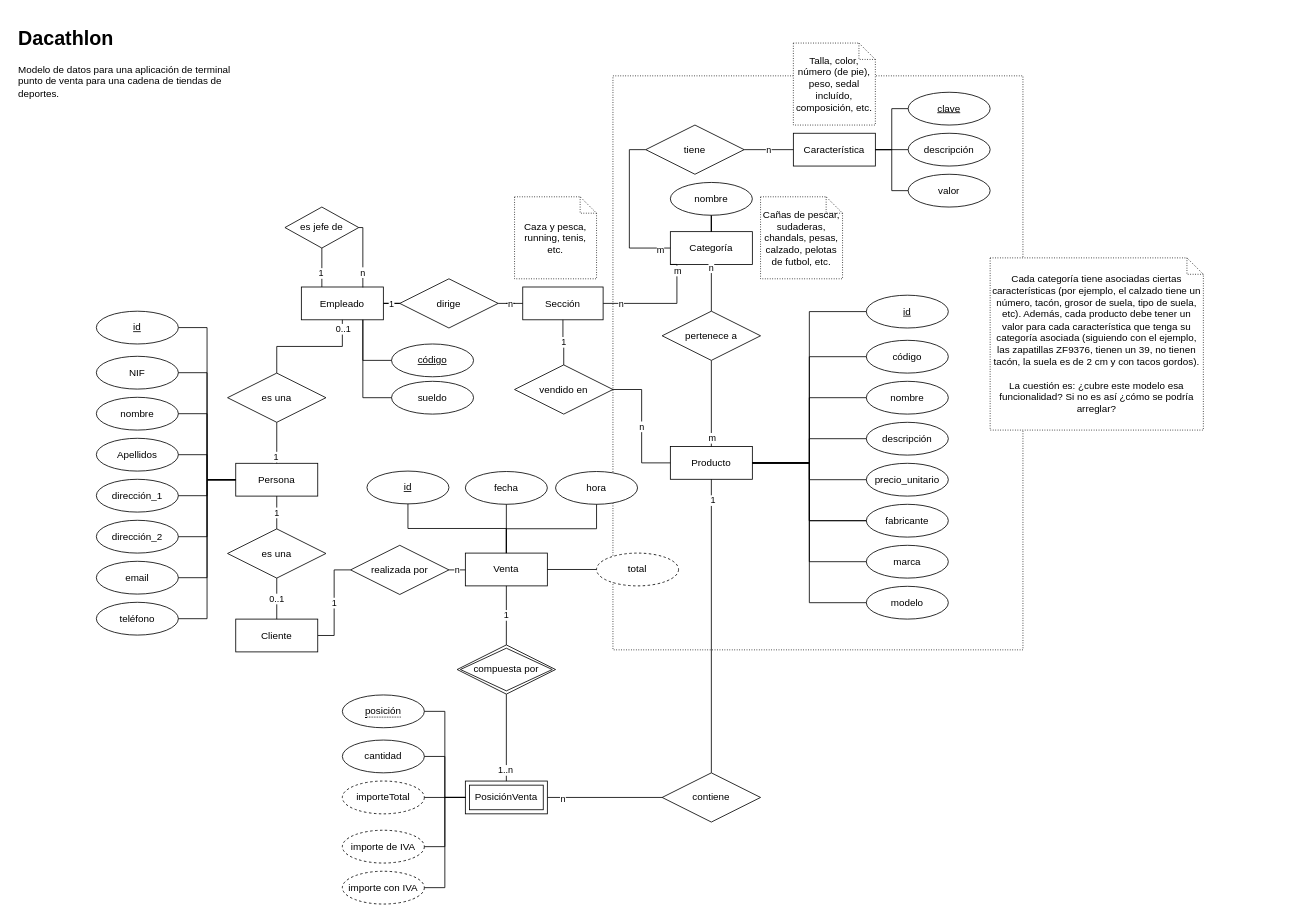
Above: page "Modificado" (2 of 2) of BD/Dacathlon/Dacathlon.drawio in Pattov/clases (draw.io), before the change. Source tidied: cells renumbered, new cells numbered last; positions are measured from the earlier drawing's top-left corner, leaving out a move shared by most shapes. Both pictures are drawn from the tidied source at 82%, with x=0, y=0 at pixel (14, 22).
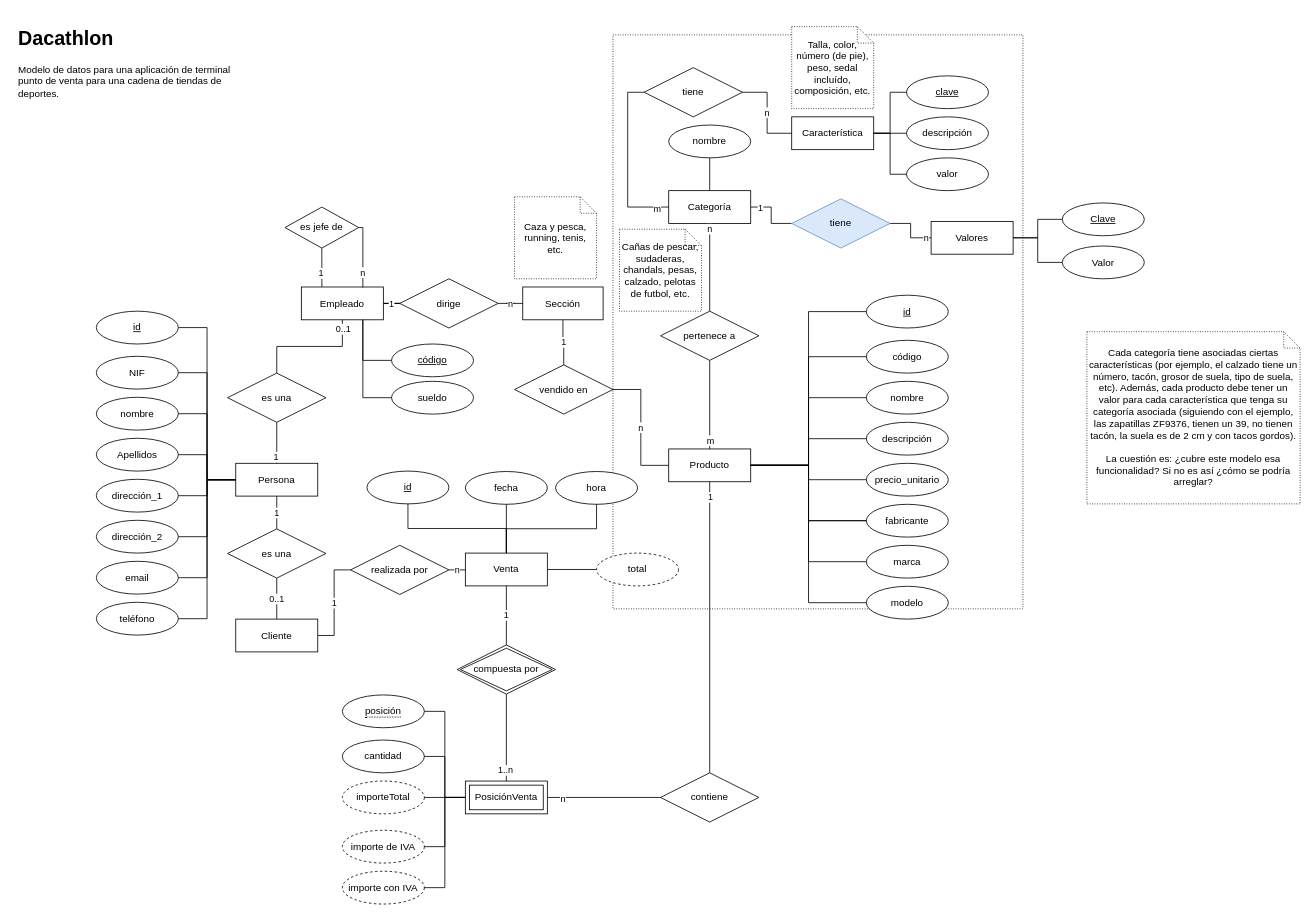
Above is the later version.

The change refers to these unchanged cells:
```xml
<mxCell id="33" style="edgeStyle=orthogonalEdgeStyle;rounded=0;jettySize=auto;html=1;entryX=0.5;entryY=1;entryDx=0;entryDy=0;endArrow=none;endFill=0;" parent="1" edge="1" source="35" target="4">
  <mxGeometry relative="1" as="geometry" />
</mxCell>
<mxCell id="92" value="Sección" style="whiteSpace=wrap;html=1;align=center;" parent="1" vertex="1">
  <mxGeometry x="620" y="322.5" width="98" height="40" as="geometry" />
</mxCell>
```

What changed in the source:
```diff
@@
     <mxCell id="2" style="rounded=0;whiteSpace=wrap;html=1;dashed=1;dashPattern=1 2;" parent="1" vertex="1">
-      <mxGeometry x="730" y="65" width="500" height="700" as="geometry" />
+      <mxGeometry x="730" y="15" width="500" height="700" as="geometry" />
     </mxCell>
@@
     <mxCell id="4" value="Producto" style="whiteSpace=wrap;html=1;align=center;" parent="1" vertex="1">
-      <mxGeometry x="800" y="517" width="100" height="40" as="geometry" />
+      <mxGeometry x="798" y="520" width="100" height="40" as="geometry" />
     </mxCell>
+    <mxCell id="123" style="edgeStyle=orthogonalEdgeStyle;rounded=0;jettySize=auto;html=1;entryX=0;entryY=0.5;entryDx=0;entryDy=0;endArrow=none;endFill=0;" parent="1" edge="1" source="5" target="126">
+      <mxGeometry relative="1" as="geometry" />
+    </mxCell>
+    <mxCell id="124" value="1" style="edgeLabel;html=1;align=center;verticalAlign=middle;" parent="123" vertex="1">
+      <mxGeometry x="-0.41" y="-1" relative="1" as="geometry">
+        <mxPoint x="-10" y="-1" as="offset" />
+      </mxGeometry>
+    </mxCell>
     <mxCell id="5" value="Categoría" style="whiteSpace=wrap;html=1;align=center;" parent="1" vertex="1">
-      <mxGeometry x="800" y="255" width="100" height="40" as="geometry" />
+      <mxGeometry x="798" y="205" width="100" height="40" as="geometry" />
     </mxCell>
@@
     <mxCell id="26" value="Característica" style="whiteSpace=wrap;html=1;align=center;" parent="1" vertex="1">
-      <mxGeometry x="950" y="135" width="100" height="40" as="geometry" />
+      <mxGeometry x="948" y="115" width="100" height="40" as="geometry" />
     </mxCell>
     <mxCell id="27" value="clave" style="ellipse;whiteSpace=wrap;html=1;align=center;fontStyle=4;" parent="1" vertex="1">
-      <mxGeometry x="1090" y="85" width="100" height="40" as="geometry" />
+      <mxGeometry x="1088" y="65" width="100" height="40" as="geometry" />
     </mxCell>
     <mxCell id="28" value="valor" style="ellipse;whiteSpace=wrap;html=1;align=center;" parent="1" vertex="1">
-      <mxGeometry x="1090" y="185" width="100" height="40" as="geometry" />
+      <mxGeometry x="1088" y="165" width="100" height="40" as="geometry" />
     </mxCell>
     <mxCell id="29" value="descripción" style="ellipse;whiteSpace=wrap;html=1;align=center;" parent="1" vertex="1">
-      <mxGeometry x="1090" y="135" width="100" height="40" as="geometry" />
+      <mxGeometry x="1088" y="115" width="100" height="40" as="geometry" />
     </mxCell>
@@
     <mxCell id="34" value="1" style="edgeLabel;html=1;align=center;verticalAlign=middle;" parent="33" vertex="1">
-      <mxGeometry x="0.86" y="-1" relative="1" as="geometry" />
+      <mxGeometry x="0.86" y="-1" relative="1" as="geometry">
+        <mxPoint x="-1" y="-7" as="offset" />
+      </mxGeometry>
     </mxCell>
     <mxCell id="35" value="contiene" style="shape=rhombus;perimeter=rhombusPerimeter;whiteSpace=wrap;html=1;align=center;" parent="1" vertex="1">
-      <mxGeometry x="790" y="915" width="120" height="60" as="geometry" />
+      <mxGeometry x="788" y="915" width="120" height="60" as="geometry" />
     </mxCell>
@@
     <mxCell id="83" value="tiene" style="shape=rhombus;perimeter=rhombusPerimeter;whiteSpace=wrap;html=1;align=center;" parent="1" vertex="1">
-      <mxGeometry x="770" y="125" width="120" height="60" as="geometry" />
+      <mxGeometry x="768" y="55" width="120" height="60" as="geometry" />
     </mxCell>
@@
     <mxCell id="88" value="pertenece a" style="shape=rhombus;perimeter=rhombusPerimeter;whiteSpace=wrap;html=1;align=center;" parent="1" vertex="1">
-      <mxGeometry x="790" y="352" width="120" height="60" as="geometry" />
+      <mxGeometry x="788" y="352" width="120" height="60" as="geometry" />
     </mxCell>
-    <mxCell id="89" style="edgeStyle=orthogonalEdgeStyle;rounded=0;jettySize=auto;html=1;entryX=0;entryY=1;entryDx=0;entryDy=0;endArrow=none;endFill=0;" parent="1" edge="1" source="92" target="5">
-      <mxGeometry relative="1" as="geometry">
-        <Array as="points">
-          <mxPoint x="808" y="343" />
-          <mxPoint x="808" y="295" />
-        </Array>
-      </mxGeometry>
-    </mxCell>
-    <mxCell id="90" value="m" style="edgeLabel;html=1;align=center;verticalAlign=middle;" parent="89" vertex="1">
-      <mxGeometry x="0.79" relative="1" as="geometry" />
-    </mxCell>
-    <mxCell id="91" value="n" style="edgeLabel;html=1;align=center;verticalAlign=middle;" parent="89" vertex="1">
-      <mxGeometry x="-0.71" relative="1" as="geometry" />
-    </mxCell>
@@
     <mxCell id="117" value="Talla, color, número (de pie), peso, sedal incluído, composición, etc." style="shape=note;size=20;whiteSpace=wrap;html=1;dashed=1;dashPattern=1 2;" parent="1" vertex="1">
-      <mxGeometry x="950" y="25" width="100" height="100" as="geometry" />
+      <mxGeometry x="948" y="5" width="100" height="100" as="geometry" />
     </mxCell>
     <mxCell id="118" value="Cañas de pescar, sudaderas, chandals, pesas, calzado, pelotas de futbol, etc." style="shape=note;size=20;whiteSpace=wrap;html=1;dashed=1;dashPattern=1 2;" parent="1" vertex="1">
-      <mxGeometry x="910" y="212.5" width="100" height="100" as="geometry" />
+      <mxGeometry x="738" y="252" width="100" height="100" as="geometry" />
     </mxCell>
@@
     <mxCell id="120" value="Cada categoría tiene asociadas ciertas características (por ejemplo, el calzado tiene un número, tacón, grosor de suela, tipo de suela, etc). Además, cada producto debe tener un valor para cada característica que tenga su categoría asociada (siguiendo con el ejemplo, las zapatillas ZF9376, tienen un 39, no tienen tacón, la suela es de 2 cm y con tacos gordos).&lt;br&gt;&lt;br&gt;La cuestión es: ¿cubre este modelo esa funcionalidad? Si no es así ¿cómo se podría arreglar?" style="shape=note;size=20;whiteSpace=wrap;html=1;dashed=1;dashPattern=1 2;" parent="1" vertex="1">
-      <mxGeometry x="1190" y="287" width="260" height="210" as="geometry" />
+      <mxGeometry x="1308" y="377" width="260" height="210" as="geometry" />
     </mxCell>
-    <mxCell id="121" style="edgeStyle=orthogonalEdgeStyle;rounded=0;jettySize=auto;html=1;endArrow=none;endFill=0;" parent="1" edge="1" source="122" target="5">
+    <mxCell id="121" style="edgeStyle=orthogonalEdgeStyle;rounded=0;jettySize=auto;html=1;endArrow=none;endFill=0;entryX=0.5;entryY=0;entryDx=0;entryDy=0;" parent="1" edge="1" source="122" target="5">
       <mxGeometry relative="1" as="geometry" />
     </mxCell>
     <mxCell id="122" value="nombre" style="ellipse;whiteSpace=wrap;html=1;align=center;" parent="1" vertex="1">
-      <mxGeometry x="800" y="195" width="100" height="40" as="geometry" />
+      <mxGeometry x="798" y="125" width="100" height="40" as="geometry" />
     </mxCell>
+    <mxCell id="125" style="edgeStyle=orthogonalEdgeStyle;rounded=0;jettySize=auto;html=1;entryX=0;entryY=0.5;entryDx=0;entryDy=0;endArrow=none;endFill=0;" parent="1" edge="1" source="126" target="127">
+      <mxGeometry relative="1" as="geometry" />
+    </mxCell>
+    <mxCell id="91" value="n" style="edgeLabel;html=1;align=center;verticalAlign=middle;" parent="125" vertex="1">
+      <mxGeometry x="0.82" relative="1" as="geometry" />
+    </mxCell>
+    <mxCell id="126" value="tiene" style="shape=rhombus;perimeter=rhombusPerimeter;whiteSpace=wrap;html=1;align=center;fillColor=#dae8fc;strokeColor=#6c8ebf;" parent="1" vertex="1">
+      <mxGeometry x="948" y="215" width="120" height="60" as="geometry" />
+    </mxCell>
+    <mxCell id="127" value="Valores" style="whiteSpace=wrap;html=1;align=center;" parent="1" vertex="1">
+      <mxGeometry x="1118" y="242.5" width="100" height="40" as="geometry" />
+    </mxCell>
+    <mxCell id="128" style="edgeStyle=orthogonalEdgeStyle;rounded=0;jettySize=auto;html=1;entryX=1;entryY=0.5;entryDx=0;entryDy=0;endArrow=none;endFill=0;" parent="1" edge="1" source="129" target="127">
+      <mxGeometry relative="1" as="geometry" />
+    </mxCell>
+    <mxCell id="129" value="Clave" style="ellipse;whiteSpace=wrap;html=1;align=center;fontStyle=4;" parent="1" vertex="1">
+      <mxGeometry x="1278" y="220" width="100" height="40" as="geometry" />
+    </mxCell>
+    <mxCell id="130" style="edgeStyle=orthogonalEdgeStyle;rounded=0;jettySize=auto;html=1;entryX=1;entryY=0.5;entryDx=0;entryDy=0;endArrow=none;endFill=0;" parent="1" edge="1" source="131" target="127">
+      <mxGeometry relative="1" as="geometry" />
+    </mxCell>
+    <mxCell id="131" value="Valor" style="ellipse;whiteSpace=wrap;html=1;align=center;" parent="1" vertex="1">
+      <mxGeometry x="1278" y="272.5" width="100" height="40" as="geometry" />
+    </mxCell>
```
